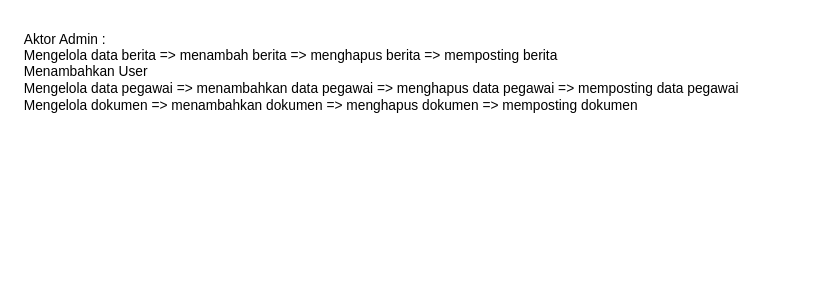
dhmsAdhty/useCase keeps this draw.io diagram as useCase.drawio. Above is the earlier version. Source tidied: cells renumbered, new cells numbered last; positions are measured from the earlier drawing's top-left corner, leaving out a move shared by most shapes. Both pictures are drawn from the tidied source at 125%, with x=0, y=0 at pixel (21, 21).
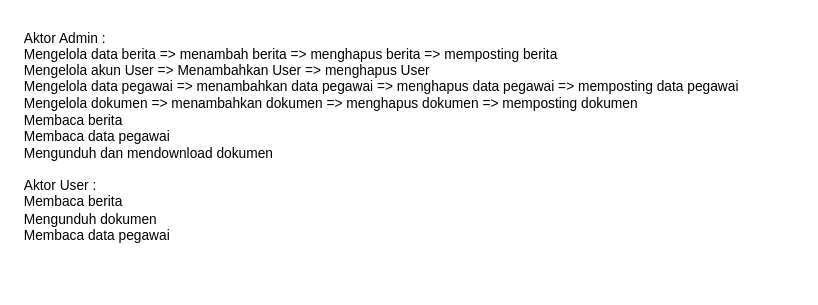
After the change.

Commit message:
update info aktor

What changed in the source:
```diff
@@
 <mxGraphModel>
   <root>
     <mxCell id="0" />
     <mxCell id="1" parent="0" />
-    <mxCell id="2" value="&lt;div align=&quot;left&quot; style=&quot;font-size: 11px;&quot;&gt;&lt;font style=&quot;font-size: 11px;&quot;&gt;Aktor Admin :&lt;br&gt;Mengelola data berita =&amp;gt; menambah berita =&amp;gt; menghapus berita =&amp;gt; memposting berita&lt;br&gt;Menambahkan User&lt;br&gt;Mengelola data pegawai =&amp;gt; menambahkan data pegawai =&amp;gt; menghapus data pegawai =&amp;gt; memposting data pegawai &lt;br&gt;Mengelola dokumen =&amp;gt; menambahkan dokumen =&amp;gt; menghapus dokumen =&amp;gt; memposting dokumen&lt;br&gt;&lt;br&gt;&lt;/font&gt;&lt;/div&gt;&lt;div align=&quot;left&quot; style=&quot;font-size: 11px;&quot;&gt;&lt;font style=&quot;font-size: 11px;&quot;&gt;&lt;br&gt;&lt;/font&gt;&lt;/div&gt;&lt;div align=&quot;left&quot; style=&quot;font-size: 11px;&quot;&gt;&lt;font style=&quot;font-size: 11px;&quot;&gt;&lt;br&gt;&lt;/font&gt;&lt;/div&gt;" style="text;html=1;align=left;verticalAlign=middle;strokeColor=none;fillColor=none;" parent="1" vertex="1">
-      <mxGeometry width="620" height="120" as="geometry" />
+    <mxCell id="2" value="&lt;div align=&quot;left&quot; style=&quot;font-size: 11px;&quot;&gt;&lt;font style=&quot;font-size: 11px;&quot;&gt;Aktor Admin :&lt;br&gt;Mengelola data berita =&amp;gt; menambah berita =&amp;gt; menghapus berita =&amp;gt; memposting berita&lt;br&gt;Mengelola akun User =&amp;gt; Menambahkan User =&amp;gt; menghapus User&lt;br&gt;Mengelola data pegawai =&amp;gt; menambahkan data pegawai =&amp;gt; menghapus data pegawai =&amp;gt; memposting data pegawai &lt;br&gt;Mengelola dokumen =&amp;gt; menambahkan dokumen =&amp;gt; menghapus dokumen =&amp;gt; memposting dokumen&lt;br&gt;Membaca berita &lt;br&gt;&lt;/font&gt;&lt;/div&gt;&lt;div align=&quot;left&quot; style=&quot;font-size: 11px;&quot;&gt;&lt;font style=&quot;font-size: 11px;&quot;&gt;Membaca data pegawai&lt;/font&gt;&lt;/div&gt;&lt;div align=&quot;left&quot; style=&quot;font-size: 11px;&quot;&gt;&lt;font style=&quot;font-size: 11px;&quot;&gt;Mengunduh dan mendownload dokumen&lt;/font&gt;&lt;/div&gt;&lt;div align=&quot;left&quot; style=&quot;font-size: 11px;&quot;&gt;&lt;font style=&quot;font-size: 11px;&quot;&gt;&lt;br&gt;&lt;/font&gt;&lt;/div&gt;&lt;div align=&quot;left&quot; style=&quot;font-size: 11px;&quot;&gt;&lt;font style=&quot;font-size: 11px;&quot;&gt;Aktor User :&lt;/font&gt;&lt;/div&gt;&lt;div align=&quot;left&quot; style=&quot;font-size: 11px;&quot;&gt;&lt;font style=&quot;font-size: 11px;&quot;&gt;Membaca berita &lt;br&gt;&lt;/font&gt;&lt;/div&gt;&lt;div align=&quot;left&quot; style=&quot;font-size: 11px;&quot;&gt;&lt;font style=&quot;font-size: 11px;&quot;&gt;Mengunduh dokumen&lt;/font&gt;&lt;/div&gt;&lt;div align=&quot;left&quot; style=&quot;font-size: 11px;&quot;&gt;&lt;font style=&quot;font-size: 11px;&quot;&gt;Membaca data pegawai&lt;br&gt;&lt;/font&gt;&lt;/div&gt;&lt;div align=&quot;left&quot; style=&quot;font-size: 11px;&quot;&gt;&lt;font style=&quot;font-size: 11px;&quot;&gt;&lt;br&gt;&lt;/font&gt;&lt;/div&gt;&lt;div align=&quot;left&quot; style=&quot;font-size: 11px;&quot;&gt;&lt;font style=&quot;font-size: 11px;&quot;&gt;&lt;br&gt;&lt;/font&gt;&lt;/div&gt;" style="text;html=1;align=left;verticalAlign=middle;strokeColor=none;fillColor=none;" parent="1" vertex="1">
+      <mxGeometry width="620" height="210" as="geometry" />
     </mxCell>
   </root>
 </mxGraphModel>
```
